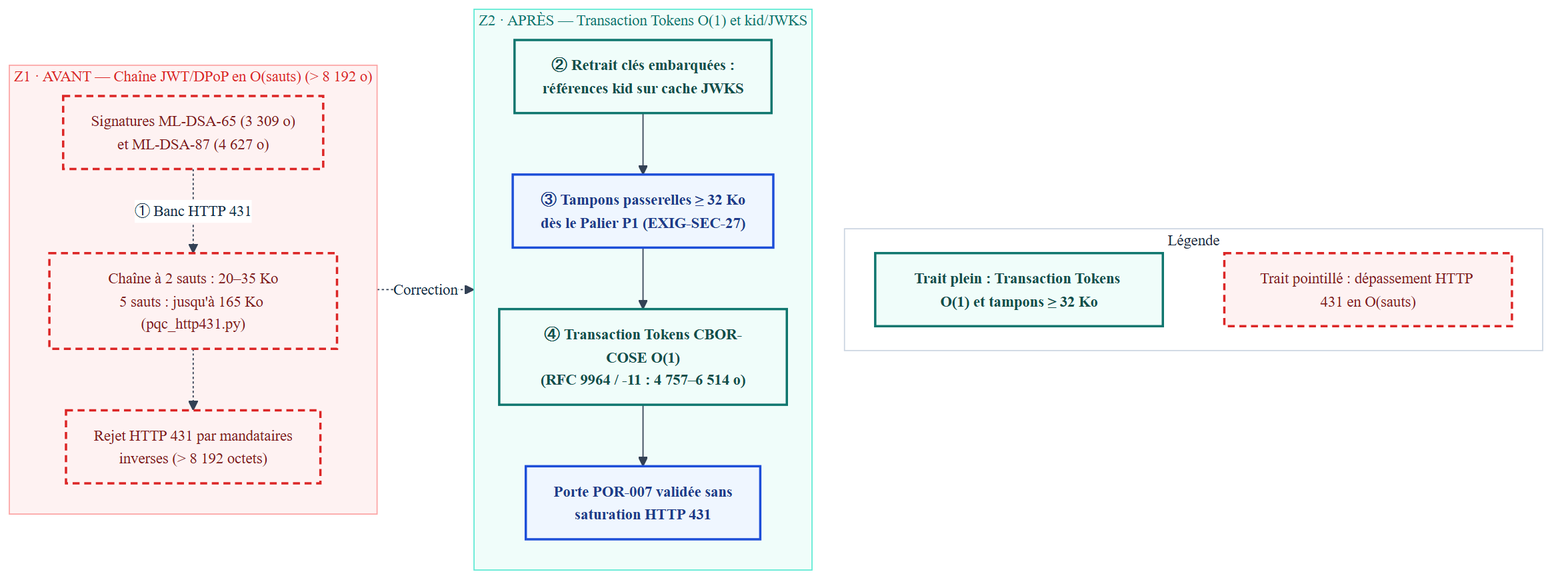
agbruneau/Agentique keeps this Mermaid diagram as Compendium/ouvrage/schemas/rendus/SCH-18-03.png. Above is the earlier version. Its source is kept beside it as Compendium/ouvrage/schemas/SCH-18-03.mmd.
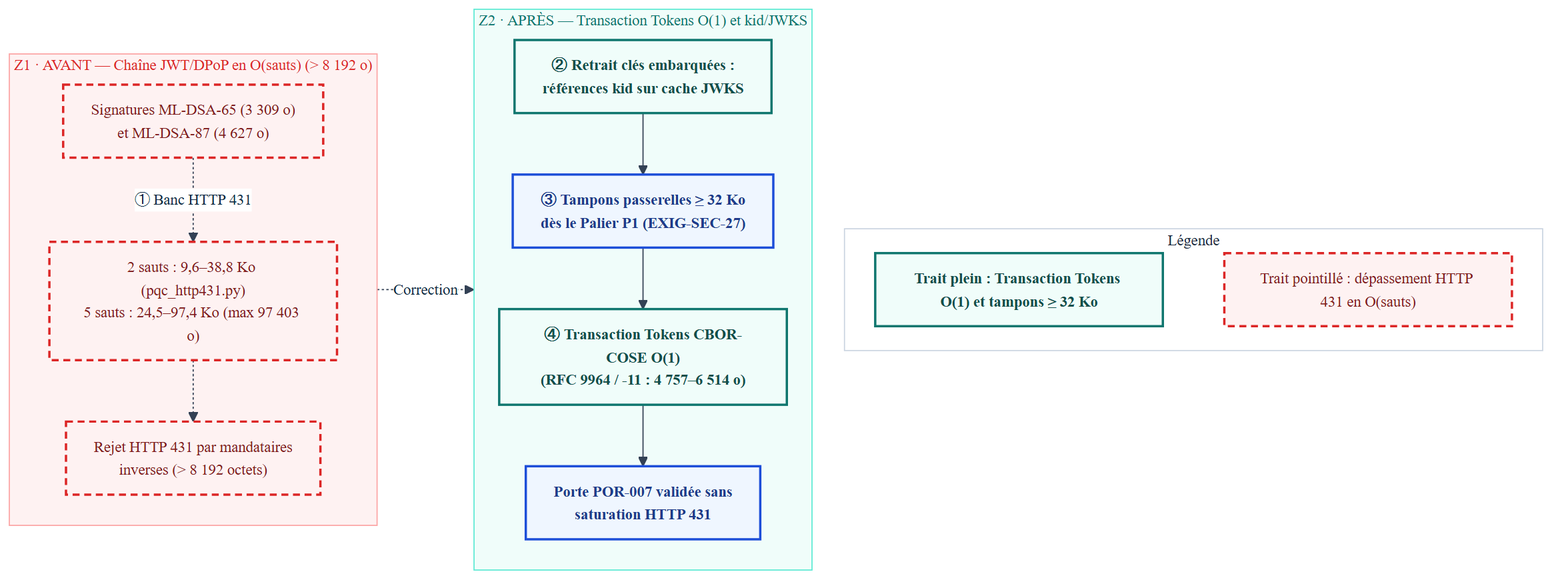
The same file after the commit.

What changed in the source:
```diff
@@ -3,7 +3,7 @@
   subgraph Z1["Z1 · AVANT — Chaîne JWT/DPoP en O(sauts) (> 8 192 o)"]
     direction TB
     N1["Signatures ML-DSA-65 (3 309 o)<br/>et ML-DSA-87 (4 627 o)"]:::warn
-    N2["Chaîne à 2 sauts : 20–35 Ko<br/>5 sauts : jusqu'à 165 Ko (pqc_http431.py)"]:::warn
+    N2["2 sauts : 9,6–38,8 Ko (pqc_http431.py)<br/>5 sauts : 24,5–97,4 Ko (max 97 403 o)"]:::warn
     N3["Rejet HTTP 431 par mandataires<br/>inverses (> 8 192 octets)"]:::warn
     N1 -.->|"① Banc HTTP 431"| N2 -.-> N3
   end
```
